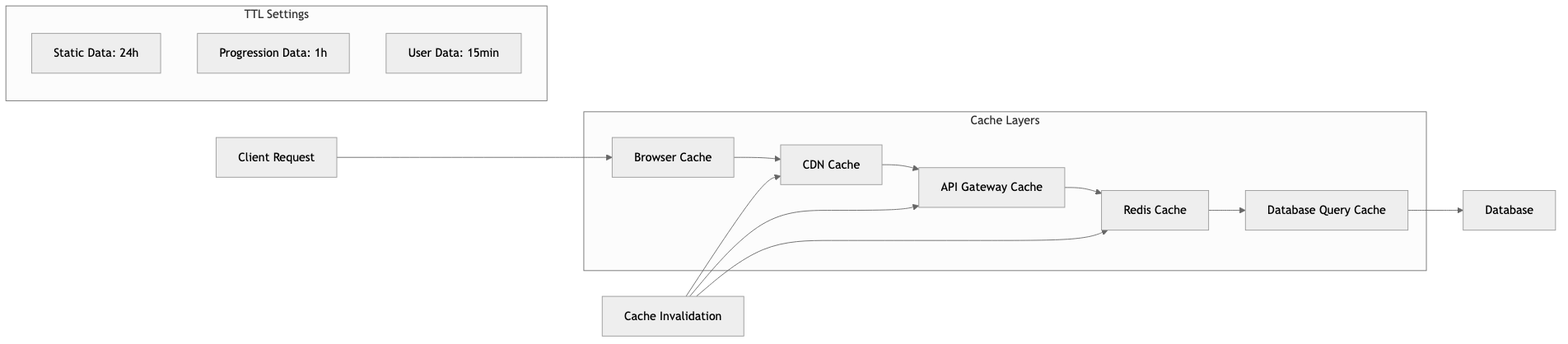
The Mermaid diagram docs/diagrams/png/06-caching-strategy.png in ghermet/teetsh-progression, before a commit. Its source is kept beside it as docs/diagrams/06-caching-strategy.mmd.
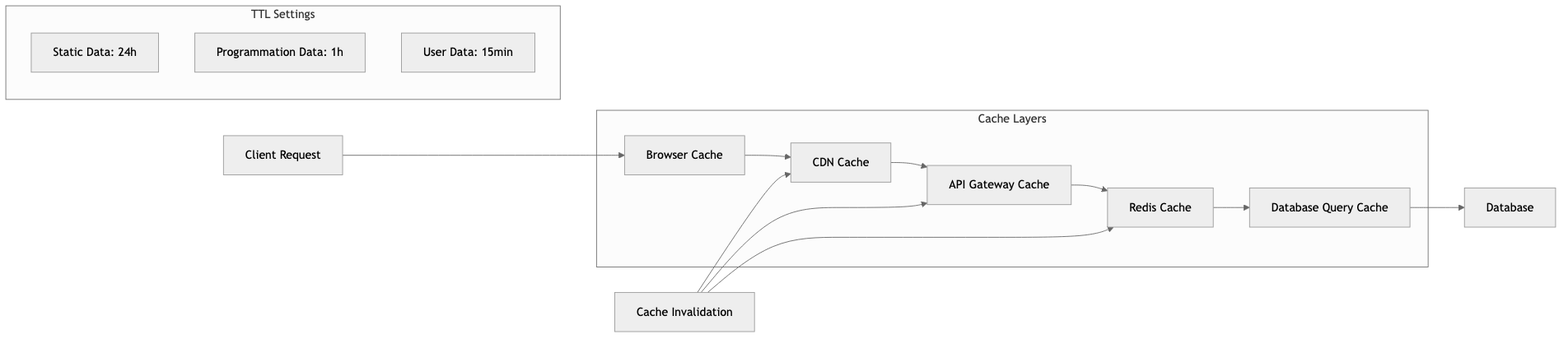
Later version of the same file.

What changed in the source:
```diff
@@ -20,6 +20,6 @@
 
     subgraph "TTL Settings"
         I["Static Data: 24h"]
-        J["Progression Data: 1h"]
+        J["Programmation Data: 1h"]
         K["User Data: 15min"]
     end
```
